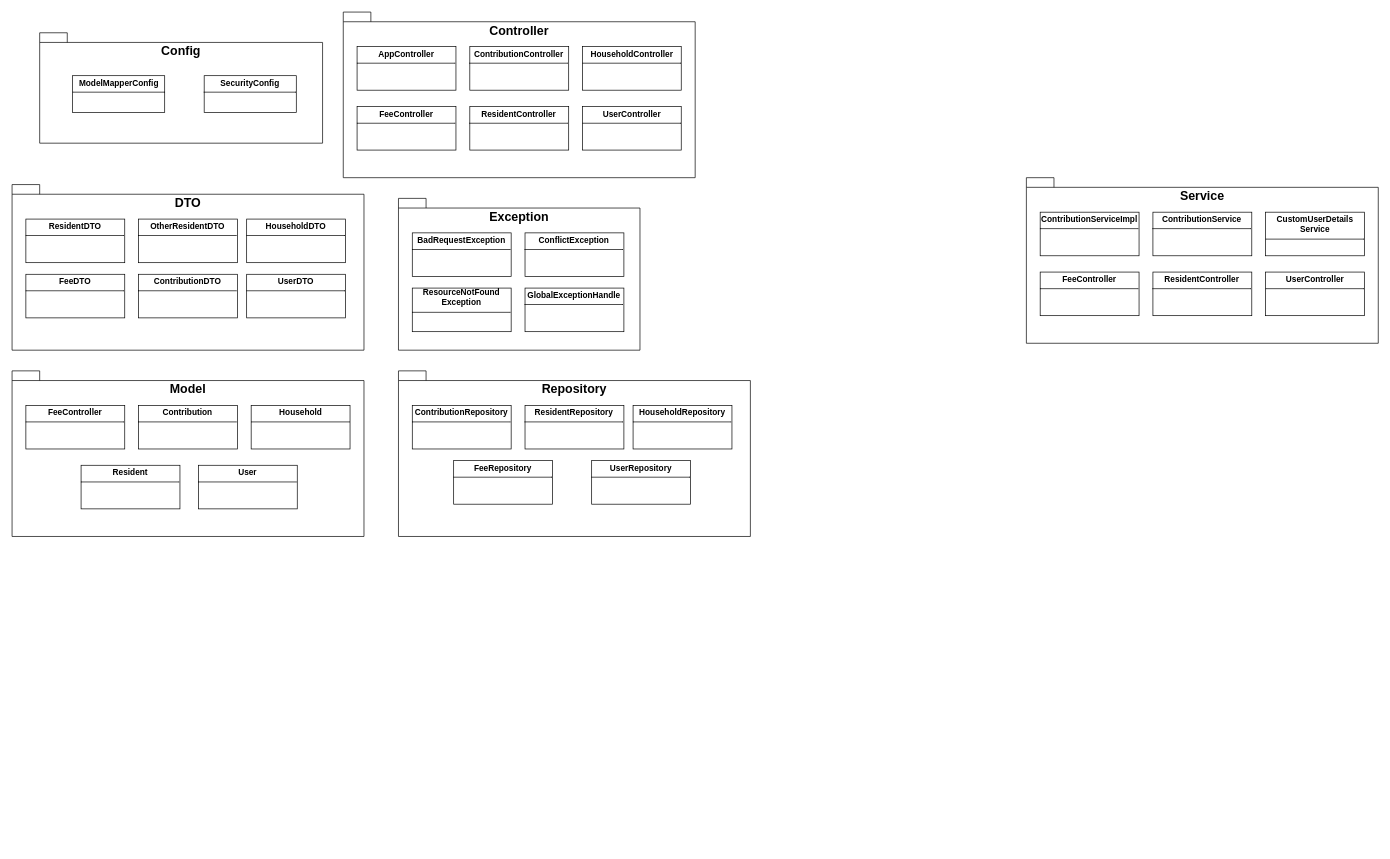
Before: PackageSoftwareProject.drawio in HARKINGS/UML, a draw.io diagram. Source tidied: cells renumbered, new cells numbered last; positions are measured from the earlier drawing's top-left corner, leaving out a move shared by most shapes. Both pictures are drawn from the tidied source at 69%, with x=0, y=0 at pixel (12, 12).
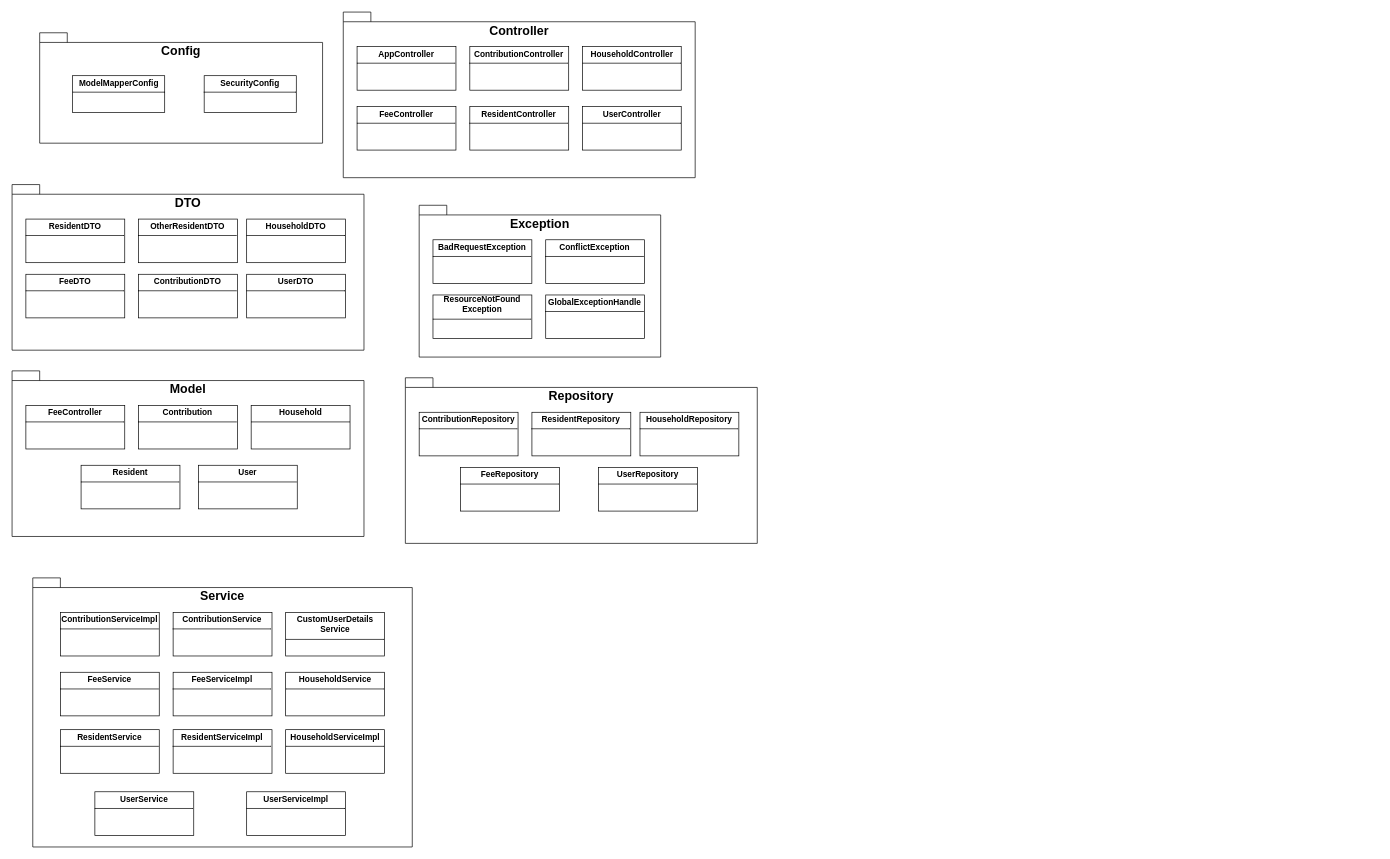
Above is the later version.

Commit message:
Cập nhật PackageSoftwareProject.drawio

What changed in the source:
```diff
@@
     <mxCell id="22" style="group;" parent="1" vertex="1">
-      <mxGeometry x="560" y="270" width="350" height="220" as="geometry" />
+      <mxGeometry x="590" y="280" width="350" height="220" as="geometry" />
     </mxCell>
@@
-    <mxCell id="35" value="&lt;font style=&quot;font-size: 18px;&quot;&gt;Repository&lt;/font&gt;" style="shape=folder;fontStyle=1;spacingTop=10;tabWidth=40;tabHeight=14;tabPosition=left;html=1;whiteSpace=wrap;align=center;verticalAlign=top;labelPosition=center;verticalLabelPosition=middle;horizontal=1;" parent="1" vertex="1">
-      <mxGeometry x="560" y="520" width="510" height="240" as="geometry" />
-    </mxCell>
-    <mxCell id="36" value="&lt;p style=&quot;margin:0px;margin-top:4px;text-align:center;&quot;&gt;&lt;b&gt;UserRepository&lt;/b&gt;&lt;/p&gt;&lt;hr size=&quot;1&quot; style=&quot;border-style:solid;&quot;&gt;&lt;div style=&quot;height:2px;&quot;&gt;&lt;/div&gt;" style="verticalAlign=top;align=left;overflow=fill;html=1;whiteSpace=wrap;" parent="1" vertex="1">
-      <mxGeometry x="840" y="650" width="143.3" height="63.2" as="geometry" />
-    </mxCell>
-    <mxCell id="37" value="&lt;p style=&quot;margin:0px;margin-top:4px;text-align:center;&quot;&gt;&lt;b&gt;ContributionRepository&lt;/b&gt;&lt;/p&gt;&lt;hr size=&quot;1&quot; style=&quot;border-style:solid;&quot;&gt;&lt;div style=&quot;height:2px;&quot;&gt;&lt;/div&gt;" style="verticalAlign=top;align=left;overflow=fill;html=1;whiteSpace=wrap;" parent="1" vertex="1">
-      <mxGeometry x="580" y="570" width="143.3" height="63.2" as="geometry" />
-    </mxCell>
-    <mxCell id="38" value="&lt;p style=&quot;margin:0px;margin-top:4px;text-align:center;&quot;&gt;&lt;b&gt;ResidentRepository&lt;/b&gt;&lt;/p&gt;&lt;hr size=&quot;1&quot; style=&quot;border-style:solid;&quot;&gt;&lt;div style=&quot;height:2px;&quot;&gt;&lt;/div&gt;" style="verticalAlign=top;align=left;overflow=fill;html=1;whiteSpace=wrap;" parent="1" vertex="1">
-      <mxGeometry x="743.4" y="570" width="143.3" height="63.2" as="geometry" />
-    </mxCell>
-    <mxCell id="39" value="&lt;p style=&quot;margin:0px;margin-top:4px;text-align:center;&quot;&gt;&lt;b&gt;FeeRepository&lt;/b&gt;&lt;/p&gt;&lt;hr size=&quot;1&quot; style=&quot;border-style:solid;&quot;&gt;&lt;div style=&quot;height:2px;&quot;&gt;&lt;/div&gt;" style="verticalAlign=top;align=left;overflow=fill;html=1;whiteSpace=wrap;" parent="1" vertex="1">
-      <mxGeometry x="640" y="650" width="143.3" height="63.2" as="geometry" />
-    </mxCell>
-    <mxCell id="40" value="&lt;p style=&quot;margin:0px;margin-top:4px;text-align:center;&quot;&gt;&lt;b&gt;HouseholdRepository&lt;/b&gt;&lt;/p&gt;&lt;hr size=&quot;1&quot; style=&quot;border-style:solid;&quot;&gt;&lt;div style=&quot;height:2px;&quot;&gt;&lt;/div&gt;" style="verticalAlign=top;align=left;overflow=fill;html=1;whiteSpace=wrap;" parent="1" vertex="1">
-      <mxGeometry x="900" y="570" width="143.3" height="63.2" as="geometry" />
-    </mxCell>
-    <mxCell id="41" style="group;" parent="1" vertex="1">
-      <mxGeometry x="1470" y="240" width="510" height="240" as="geometry" />
-    </mxCell>
+    <mxCell id="49" style="group;" parent="1" vertex="1">
+      <mxGeometry x="30" y="820" width="550" height="390" as="geometry" />
+    </mxCell>
-    <mxCell id="42" value="&lt;font style=&quot;font-size: 18px;&quot;&gt;Service&lt;/font&gt;" style="shape=folder;fontStyle=1;spacingTop=10;tabWidth=40;tabHeight=14;tabPosition=left;html=1;whiteSpace=wrap;align=center;verticalAlign=top;labelPosition=center;verticalLabelPosition=middle;horizontal=1;" parent="41" vertex="1">
-      <mxGeometry width="510" height="240" as="geometry" />
+    <mxCell id="42" value="&lt;font style=&quot;font-size: 18px;&quot;&gt;Service&lt;/font&gt;" style="shape=folder;fontStyle=1;spacingTop=10;tabWidth=40;tabHeight=14;tabPosition=left;html=1;whiteSpace=wrap;align=center;verticalAlign=top;labelPosition=center;verticalLabelPosition=middle;horizontal=1;" parent="49" vertex="1">
+      <mxGeometry width="550" height="390" as="geometry" />
     </mxCell>
-    <mxCell id="43" value="&lt;p style=&quot;margin:0px;margin-top:4px;text-align:center;&quot;&gt;&lt;b&gt;ContributionService&lt;/b&gt;&lt;/p&gt;&lt;hr size=&quot;1&quot; style=&quot;border-style:solid;&quot;&gt;&lt;div style=&quot;height:2px;&quot;&gt;&lt;/div&gt;" style="verticalAlign=top;align=left;overflow=fill;html=1;whiteSpace=wrap;" parent="41" vertex="1">
-      <mxGeometry x="183.4" y="50" width="143.3" height="63.2" as="geometry" />
+    <mxCell id="43" value="&lt;p style=&quot;margin:0px;margin-top:4px;text-align:center;&quot;&gt;&lt;b&gt;ContributionService&lt;/b&gt;&lt;/p&gt;&lt;hr size=&quot;1&quot; style=&quot;border-style:solid;&quot;&gt;&lt;div style=&quot;height:2px;&quot;&gt;&lt;/div&gt;" style="verticalAlign=top;align=left;overflow=fill;html=1;whiteSpace=wrap;" parent="49" vertex="1">
+      <mxGeometry x="203.4" y="50" width="143.3" height="63.2" as="geometry" />
     </mxCell>
-    <mxCell id="44" value="&lt;p style=&quot;margin:0px;margin-top:4px;text-align:center;&quot;&gt;&lt;b&gt;UserController&lt;/b&gt;&lt;/p&gt;&lt;hr size=&quot;1&quot; style=&quot;border-style:solid;&quot;&gt;&lt;div style=&quot;height:2px;&quot;&gt;&lt;/div&gt;" style="verticalAlign=top;align=left;overflow=fill;html=1;whiteSpace=wrap;" parent="41" vertex="1">
-      <mxGeometry x="346.5" y="136.8" width="143.3" height="63.2" as="geometry" />
+    <mxCell id="44" value="&lt;p style=&quot;margin:0px;margin-top:4px;text-align:center;&quot;&gt;&lt;b&gt;HouseholdService&lt;/b&gt;&lt;/p&gt;&lt;hr size=&quot;1&quot; style=&quot;border-style:solid;&quot;&gt;&lt;div style=&quot;height:2px;&quot;&gt;&lt;/div&gt;" style="verticalAlign=top;align=left;overflow=fill;html=1;whiteSpace=wrap;" parent="49" vertex="1">
+      <mxGeometry x="366.5" y="136.8" width="143.3" height="63.2" as="geometry" />
     </mxCell>
-    <mxCell id="45" value="&lt;p style=&quot;margin:0px;margin-top:4px;text-align:center;&quot;&gt;&lt;b&gt;ResidentController&lt;/b&gt;&lt;/p&gt;&lt;hr size=&quot;1&quot; style=&quot;border-style:solid;&quot;&gt;&lt;div style=&quot;height:2px;&quot;&gt;&lt;/div&gt;" style="verticalAlign=top;align=left;overflow=fill;html=1;whiteSpace=wrap;" parent="41" vertex="1">
-      <mxGeometry x="183.4" y="136.8" width="143.3" height="63.2" as="geometry" />
+    <mxCell id="45" value="&lt;p style=&quot;margin: 4px 0px 0px; text-align: center;&quot;&gt;&lt;b&gt;FeeServiceImpl&lt;/b&gt;&lt;/p&gt;&lt;hr style=&quot;border-style: solid;&quot; size=&quot;1&quot;&gt;" style="verticalAlign=top;align=left;overflow=fill;html=1;whiteSpace=wrap;" parent="49" vertex="1">
+      <mxGeometry x="203.4" y="136.8" width="143.3" height="63.2" as="geometry" />
     </mxCell>
-    <mxCell id="46" value="&lt;p style=&quot;margin:0px;margin-top:4px;text-align:center;&quot;&gt;&lt;b&gt;CustomUserDetails Service&lt;/b&gt;&lt;/p&gt;&lt;hr size=&quot;1&quot; style=&quot;border-style:solid;&quot;&gt;&lt;div style=&quot;height:2px;&quot;&gt;&lt;/div&gt;" style="verticalAlign=top;align=left;overflow=fill;html=1;whiteSpace=wrap;" parent="41" vertex="1">
-      <mxGeometry x="346.5" y="50" width="143.3" height="63.2" as="geometry" />
+    <mxCell id="46" value="&lt;p style=&quot;margin:0px;margin-top:4px;text-align:center;&quot;&gt;&lt;b&gt;CustomUserDetails Service&lt;/b&gt;&lt;/p&gt;&lt;hr size=&quot;1&quot; style=&quot;border-style:solid;&quot;&gt;&lt;div style=&quot;height:2px;&quot;&gt;&lt;/div&gt;" style="verticalAlign=top;align=left;overflow=fill;html=1;whiteSpace=wrap;" parent="49" vertex="1">
+      <mxGeometry x="366.5" y="50" width="143.3" height="63.2" as="geometry" />
     </mxCell>
-    <mxCell id="47" value="&lt;p style=&quot;margin:0px;margin-top:4px;text-align:center;&quot;&gt;&lt;b&gt;FeeController&lt;/b&gt;&lt;/p&gt;&lt;hr size=&quot;1&quot; style=&quot;border-style:solid;&quot;&gt;&lt;div style=&quot;height:2px;&quot;&gt;&lt;/div&gt;" style="verticalAlign=top;align=left;overflow=fill;html=1;whiteSpace=wrap;" parent="41" vertex="1">
-      <mxGeometry x="20" y="136.8" width="143.3" height="63.2" as="geometry" />
+    <mxCell id="47" value="&lt;p style=&quot;margin:0px;margin-top:4px;text-align:center;&quot;&gt;&lt;b&gt;FeeService&lt;/b&gt;&lt;/p&gt;&lt;hr size=&quot;1&quot; style=&quot;border-style:solid;&quot;&gt;&lt;div style=&quot;height:2px;&quot;&gt;&lt;/div&gt;" style="verticalAlign=top;align=left;overflow=fill;html=1;whiteSpace=wrap;" parent="49" vertex="1">
+      <mxGeometry x="40" y="136.8" width="143.3" height="63.2" as="geometry" />
     </mxCell>
-    <mxCell id="48" value="&lt;p style=&quot;margin:0px;margin-top:4px;text-align:center;&quot;&gt;&lt;b&gt;ContributionServiceImpl&lt;/b&gt;&lt;/p&gt;&lt;hr size=&quot;1&quot; style=&quot;border-style:solid;&quot;&gt;&lt;div style=&quot;height:2px;&quot;&gt;&lt;/div&gt;" style="verticalAlign=top;align=left;overflow=fill;html=1;whiteSpace=wrap;" parent="41" vertex="1">
-      <mxGeometry x="20" y="50" width="143.3" height="63.2" as="geometry" />
+    <mxCell id="48" value="&lt;p style=&quot;margin:0px;margin-top:4px;text-align:center;&quot;&gt;&lt;b&gt;ContributionServiceImpl&lt;/b&gt;&lt;/p&gt;&lt;hr size=&quot;1&quot; style=&quot;border-style:solid;&quot;&gt;&lt;div style=&quot;height:2px;&quot;&gt;&lt;/div&gt;" style="verticalAlign=top;align=left;overflow=fill;html=1;whiteSpace=wrap;" parent="49" vertex="1">
+      <mxGeometry x="40" y="50" width="143.3" height="63.2" as="geometry" />
     </mxCell>
+    <mxCell id="50" value="&lt;p style=&quot;margin:0px;margin-top:4px;text-align:center;&quot;&gt;&lt;b&gt;HouseholdServiceImpl&lt;/b&gt;&lt;/p&gt;&lt;hr size=&quot;1&quot; style=&quot;border-style:solid;&quot;&gt;&lt;div style=&quot;height:2px;&quot;&gt;&lt;/div&gt;" style="verticalAlign=top;align=left;overflow=fill;html=1;whiteSpace=wrap;" parent="49" vertex="1">
+      <mxGeometry x="366.5" y="220" width="143.3" height="63.2" as="geometry" />
+    </mxCell>
+    <mxCell id="51" value="&lt;p style=&quot;margin:0px;margin-top:4px;text-align:center;&quot;&gt;&lt;b&gt;ResidentService&lt;/b&gt;&lt;/p&gt;&lt;hr size=&quot;1&quot; style=&quot;border-style:solid;&quot;&gt;&lt;div style=&quot;height:2px;&quot;&gt;&lt;/div&gt;" style="verticalAlign=top;align=left;overflow=fill;html=1;whiteSpace=wrap;" parent="49" vertex="1">
+      <mxGeometry x="40" y="220" width="143.3" height="63.2" as="geometry" />
+    </mxCell>
+    <mxCell id="52" value="&lt;p style=&quot;margin:0px;margin-top:4px;text-align:center;&quot;&gt;&lt;b&gt;ResidentServiceImpl&lt;/b&gt;&lt;/p&gt;&lt;hr size=&quot;1&quot; style=&quot;border-style:solid;&quot;&gt;&lt;div style=&quot;height:2px;&quot;&gt;&lt;/div&gt;" style="verticalAlign=top;align=left;overflow=fill;html=1;whiteSpace=wrap;" parent="49" vertex="1">
+      <mxGeometry x="203.4" y="220" width="143.3" height="63.2" as="geometry" />
+    </mxCell>
+    <mxCell id="53" value="&lt;p style=&quot;margin:0px;margin-top:4px;text-align:center;&quot;&gt;&lt;b&gt;UserService&lt;/b&gt;&lt;/p&gt;&lt;hr size=&quot;1&quot; style=&quot;border-style:solid;&quot;&gt;&lt;div style=&quot;height:2px;&quot;&gt;&lt;/div&gt;" style="verticalAlign=top;align=left;overflow=fill;html=1;whiteSpace=wrap;" parent="49" vertex="1">
+      <mxGeometry x="90" y="310" width="143.3" height="63.2" as="geometry" />
+    </mxCell>
+    <mxCell id="54" value="&lt;p style=&quot;margin: 4px 0px 0px; text-align: center;&quot;&gt;&lt;b&gt;UserServiceImpl&lt;/b&gt;&lt;/p&gt;&lt;hr style=&quot;border-style: solid;&quot; size=&quot;1&quot;&gt;" style="verticalAlign=top;align=left;overflow=fill;html=1;whiteSpace=wrap;" parent="49" vertex="1">
+      <mxGeometry x="310" y="310" width="143.3" height="63.2" as="geometry" />
+    </mxCell>
+    <mxCell id="55" style="group;" parent="1" vertex="1">
+      <mxGeometry x="570" y="530" width="510" height="240" as="geometry" />
+    </mxCell>
+    <mxCell id="35" value="&lt;font style=&quot;font-size: 18px;&quot;&gt;Repository&lt;/font&gt;" style="shape=folder;fontStyle=1;spacingTop=10;tabWidth=40;tabHeight=14;tabPosition=left;html=1;whiteSpace=wrap;align=center;verticalAlign=top;labelPosition=center;verticalLabelPosition=middle;horizontal=1;" parent="55" vertex="1">
+      <mxGeometry width="510" height="240" as="geometry" />
+    </mxCell>
+    <mxCell id="36" value="&lt;p style=&quot;margin:0px;margin-top:4px;text-align:center;&quot;&gt;&lt;b&gt;UserRepository&lt;/b&gt;&lt;/p&gt;&lt;hr size=&quot;1&quot; style=&quot;border-style:solid;&quot;&gt;&lt;div style=&quot;height:2px;&quot;&gt;&lt;/div&gt;" style="verticalAlign=top;align=left;overflow=fill;html=1;whiteSpace=wrap;" parent="55" vertex="1">
+      <mxGeometry x="280" y="130" width="143.3" height="63.2" as="geometry" />
+    </mxCell>
+    <mxCell id="37" value="&lt;p style=&quot;margin:0px;margin-top:4px;text-align:center;&quot;&gt;&lt;b&gt;ContributionRepository&lt;/b&gt;&lt;/p&gt;&lt;hr size=&quot;1&quot; style=&quot;border-style:solid;&quot;&gt;&lt;div style=&quot;height:2px;&quot;&gt;&lt;/div&gt;" style="verticalAlign=top;align=left;overflow=fill;html=1;whiteSpace=wrap;" parent="55" vertex="1">
+      <mxGeometry x="20" y="50" width="143.3" height="63.2" as="geometry" />
+    </mxCell>
+    <mxCell id="38" value="&lt;p style=&quot;margin:0px;margin-top:4px;text-align:center;&quot;&gt;&lt;b&gt;ResidentRepository&lt;/b&gt;&lt;/p&gt;&lt;hr size=&quot;1&quot; style=&quot;border-style:solid;&quot;&gt;&lt;div style=&quot;height:2px;&quot;&gt;&lt;/div&gt;" style="verticalAlign=top;align=left;overflow=fill;html=1;whiteSpace=wrap;" parent="55" vertex="1">
+      <mxGeometry x="183.4" y="50" width="143.3" height="63.2" as="geometry" />
+    </mxCell>
+    <mxCell id="39" value="&lt;p style=&quot;margin:0px;margin-top:4px;text-align:center;&quot;&gt;&lt;b&gt;FeeRepository&lt;/b&gt;&lt;/p&gt;&lt;hr size=&quot;1&quot; style=&quot;border-style:solid;&quot;&gt;&lt;div style=&quot;height:2px;&quot;&gt;&lt;/div&gt;" style="verticalAlign=top;align=left;overflow=fill;html=1;whiteSpace=wrap;" parent="55" vertex="1">
+      <mxGeometry x="80" y="130" width="143.3" height="63.2" as="geometry" />
+    </mxCell>
+    <mxCell id="40" value="&lt;p style=&quot;margin:0px;margin-top:4px;text-align:center;&quot;&gt;&lt;b&gt;HouseholdRepository&lt;/b&gt;&lt;/p&gt;&lt;hr size=&quot;1&quot; style=&quot;border-style:solid;&quot;&gt;&lt;div style=&quot;height:2px;&quot;&gt;&lt;/div&gt;" style="verticalAlign=top;align=left;overflow=fill;html=1;whiteSpace=wrap;" parent="55" vertex="1">
+      <mxGeometry x="340" y="50" width="143.3" height="63.2" as="geometry" />
+    </mxCell>
```
